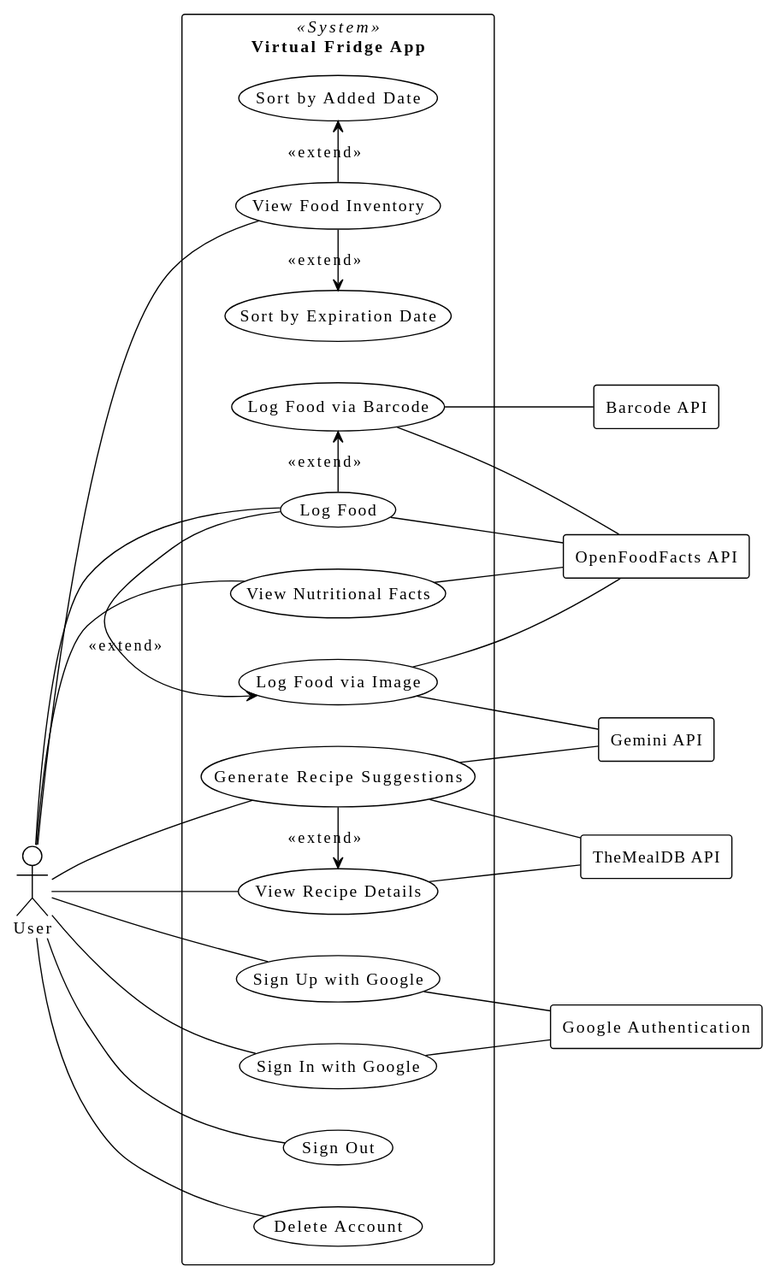
The PlantUML diagram documentation/images/usecase.svg in virtualfridge/virtualfridge, before a commit.
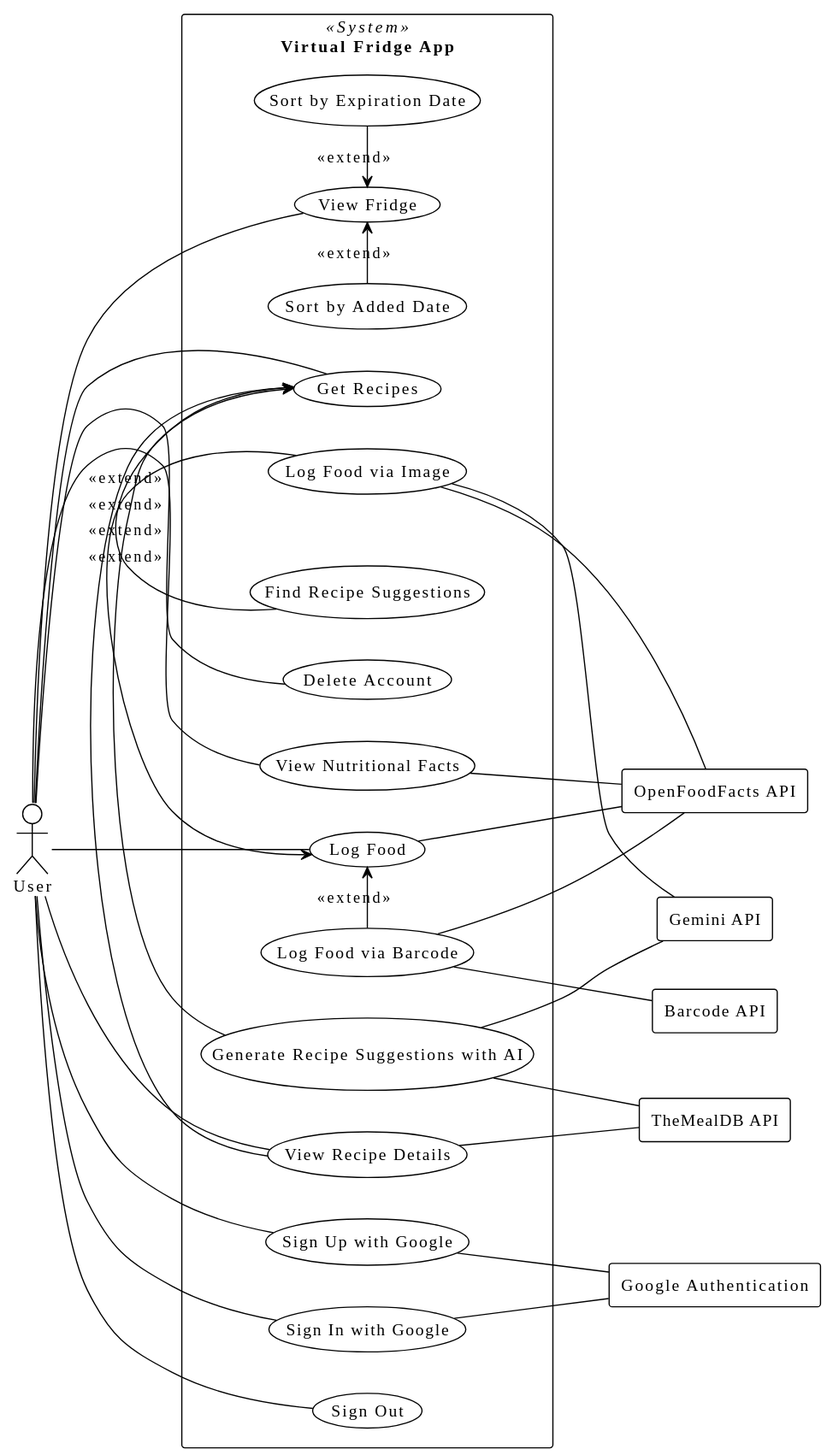
After the change.

Change to the diagram source:
```diff
@@ -5,29 +5,35 @@
 actor User
 
 rectangle "Virtual Fridge App" << System >> {
+
   usecase signUp as "Sign Up with Google"
   usecase signIn as "Sign In with Google"
   usecase signOut as "Sign Out"
   usecase deleteAccount as "Delete Account"
 
   usecase logFood as "Log Food"
+  usecase logImage as "Log Food via Image"
   usecase logBarcode as "Log Food via Barcode"
-  usecase logImage as "Log Food via Image"
 
-  usecase viewInventory as "View Food Inventory"
+  logImage -left-> logFood : <<extend>>
+  logBarcode -left-> logFood : <<extend>>
+
+  usecase viewInventory as "View Fridge"
   usecase sortExp as "Sort by Expiration Date"
   usecase sortAdded as "Sort by Added Date"
 
-  usecase genRecipes as "Generate Recipe Suggestions"
+  sortExp -left-> viewInventory : <<extend>>
+  sortAdded -right-> viewInventory : <<extend>>
+
+  usecase getRecipes as "Get Recipes"
+  usecase genRecipes as "Generate Recipe Suggestions with AI"
+  usecase findRecipes as "Find Recipe Suggestions"
   usecase viewRecipe as "View Recipe Details"
   usecase viewNutrition as "View Nutritional Facts"
 
-  logFood -right-> logBarcode : <<extend>>
-  logFood -left-> logImage : <<extend>>
-
-  viewInventory -left-> sortExp : <<extend>>
-  viewInventory -right-> sortAdded : <<extend>>
-  genRecipes -right-> viewRecipe : <<extend>>
+  genRecipes -left-> getRecipes : <<extend>>
+  findRecipes -right-> getRecipes : <<extend>>
+  viewRecipe -right-> getRecipes : <<extend>>
 }
 
 rectangle googleAuth as "Google Authentication"
@@ -36,26 +42,27 @@
 rectangle nutritionApi as "OpenFoodFacts API"
 rectangle GeminiApi as "Gemini API"
 
-
 User -- signUp
 User -- signIn
 User -- signOut
 User -- deleteAccount
 User -- logFood
 User -- viewInventory
-User -- genRecipes
+User -- getRecipes
 User -- viewRecipe
 User -- viewNutrition
 
 signUp -- googleAuth
 signIn -- googleAuth
+
 logBarcode -- barcodeApi
 logBarcode -- nutritionApi
 logFood -- nutritionApi
 logImage -- nutritionApi
+logImage -- GeminiApi
+
 genRecipes -- recipeApi
 genRecipes -- GeminiApi
 viewRecipe -- recipeApi
 viewNutrition -- nutritionApi
-logImage -- GeminiApi
 @enduml
```
